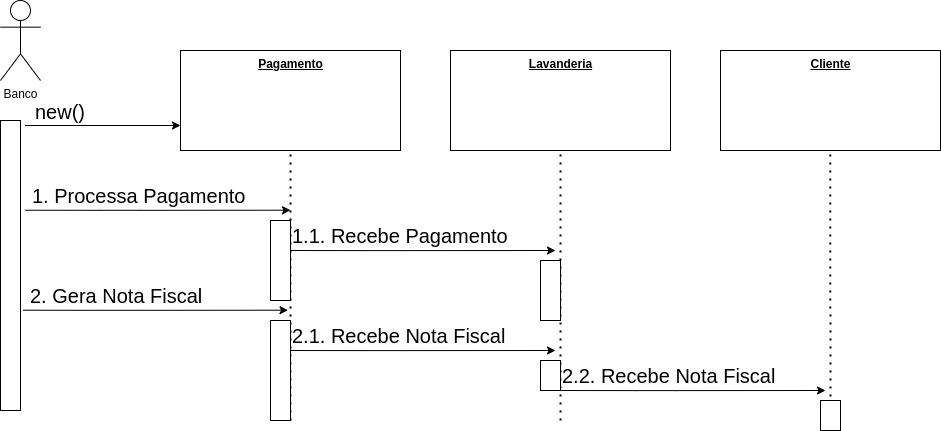
The draw.io diagram resources/sequence_gerencia_pagamento.png in MuriloGomesMunhoz/A-SClean, before a commit. Source tidied: cells renumbered, new cells last; positions are measured from the earlier drawing's top-left corner, leaving out a move shared by most shapes.
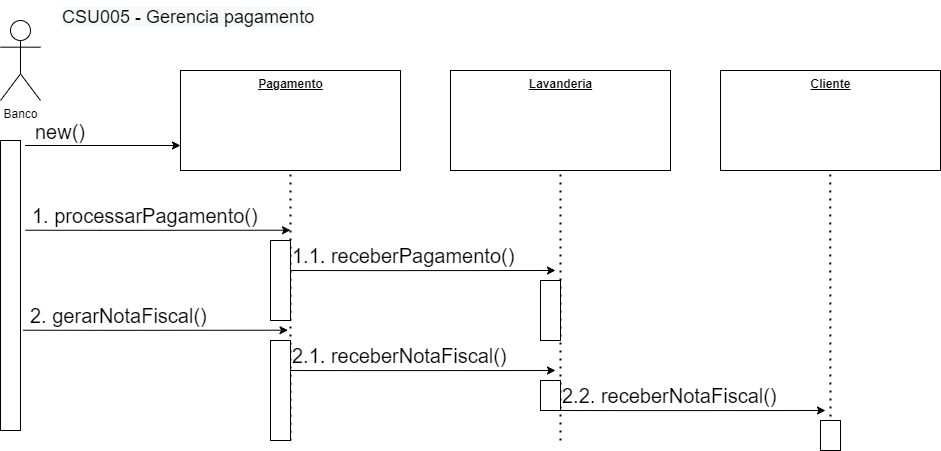
After the commit.

What changed in the source:
```diff
@@ -30,7 +30,7 @@
     <mxCell id="6" value="&lt;b&gt;&lt;u&gt;Lavanderia&lt;/u&gt;&lt;/b&gt;" style="html=1;verticalAlign=top;" parent="1" vertex="1">
       <mxGeometry x="450" y="50" width="220" height="100" as="geometry" />
     </mxCell>
-    <mxCell id="7" value="1. Processa Pagamento" style="text;html=1;strokeColor=none;fillColor=none;align=left;verticalAlign=middle;whiteSpace=wrap;rounded=0;fontSize=20;" parent="1" vertex="1">
+    <mxCell id="7" value="1. processarPagamento()" style="text;html=1;strokeColor=none;fillColor=none;align=left;verticalAlign=middle;whiteSpace=wrap;rounded=0;fontSize=20;" parent="1" vertex="1">
       <mxGeometry x="30" y="180" width="250" height="30" as="geometry" />
     </mxCell>
     <mxCell id="8" style="endArrow=classic;html=1;rounded=0;entryX=0;entryY=0.75;entryDx=0;entryDy=0;" parent="1" edge="1" target="3">
@@ -41,7 +41,7 @@
     <mxCell id="9" value="new()" style="text;html=1;strokeColor=none;fillColor=none;align=center;verticalAlign=middle;whiteSpace=wrap;rounded=0;fontSize=20;" parent="1" vertex="1">
       <mxGeometry x="30" y="96" width="60" height="30" as="geometry" />
     </mxCell>
-    <mxCell id="10" value="1.1. Recebe Pagamento" style="text;html=1;strokeColor=none;fillColor=none;align=left;verticalAlign=middle;whiteSpace=wrap;rounded=0;fontSize=20;" parent="1" vertex="1">
+    <mxCell id="10" value="1.1. receberPagamento()" style="text;html=1;strokeColor=none;fillColor=none;align=left;verticalAlign=middle;whiteSpace=wrap;rounded=0;fontSize=20;" parent="1" vertex="1">
       <mxGeometry x="290" y="220" width="250" height="30" as="geometry" />
     </mxCell>
     <mxCell id="11" style="endArrow=classic;html=1;rounded=0;" parent="1" edge="1">
@@ -64,10 +64,10 @@
         </Array>
       </mxGeometry>
     </mxCell>
-    <mxCell id="13" value="2. Gera Nota Fiscal" style="text;html=1;strokeColor=none;fillColor=none;align=left;verticalAlign=middle;whiteSpace=wrap;rounded=0;fontSize=20;" parent="1" vertex="1">
+    <mxCell id="13" value="2. gerarNotaFiscal()" style="text;html=1;strokeColor=none;fillColor=none;align=left;verticalAlign=middle;whiteSpace=wrap;rounded=0;fontSize=20;" parent="1" vertex="1">
       <mxGeometry x="27.5" y="280" width="250" height="30" as="geometry" />
     </mxCell>
-    <mxCell id="14" value="2.1. Recebe Nota Fiscal" style="text;html=1;strokeColor=none;fillColor=none;align=left;verticalAlign=middle;whiteSpace=wrap;rounded=0;fontSize=20;" parent="1" vertex="1">
+    <mxCell id="14" value="2.1. receberNotaFiscal()" style="text;html=1;strokeColor=none;fillColor=none;align=left;verticalAlign=middle;whiteSpace=wrap;rounded=0;fontSize=20;" parent="1" vertex="1">
       <mxGeometry x="290" y="320" width="250" height="30" as="geometry" />
     </mxCell>
     <mxCell id="15" style="endArrow=classic;html=1;rounded=0;" parent="1" edge="1">
@@ -89,7 +89,7 @@
         <mxPoint x="829.7" y="150" as="targetPoint" />
       </mxGeometry>
     </mxCell>
-    <mxCell id="18" value="2.2. Recebe Nota Fiscal" style="text;html=1;strokeColor=none;fillColor=none;align=left;verticalAlign=middle;whiteSpace=wrap;rounded=0;fontSize=20;" parent="1" vertex="1">
+    <mxCell id="18" value="2.2. receberNotaFiscal()" style="text;html=1;strokeColor=none;fillColor=none;align=left;verticalAlign=middle;whiteSpace=wrap;rounded=0;fontSize=20;" parent="1" vertex="1">
       <mxGeometry x="560" y="360" width="250" height="30" as="geometry" />
     </mxCell>
     <mxCell id="19" style="endArrow=classic;html=1;rounded=0;" parent="1" edge="1">
@@ -129,5 +129,8 @@
     <mxCell id="27" style="rounded=0;whiteSpace=wrap;html=1;" parent="1" vertex="1">
       <mxGeometry x="540" y="260" width="20" height="60" as="geometry" />
     </mxCell>
+    <mxCell id="28" value="&lt;span style=&quot;color: rgb(0, 0, 0); font-family: Helvetica; font-size: 18px; font-style: normal; font-variant-ligatures: normal; font-variant-caps: normal; font-weight: 400; letter-spacing: normal; orphans: 2; text-align: center; text-indent: 0px; text-transform: none; widows: 2; word-spacing: 0px; -webkit-text-stroke-width: 0px; background-color: rgb(248, 249, 250); text-decoration-thickness: initial; text-decoration-style: initial; text-decoration-color: initial; float: none; display: inline !important;&quot;&gt;CSU005 - Gerencia pagamento&lt;br&gt;&lt;br&gt;&lt;/span&gt;" style="text;whiteSpace=wrap;html=1;" parent="1" vertex="1">
+      <mxGeometry x="60" y="-20" width="290" height="50" as="geometry" />
+    </mxCell>
   </root>
 </mxGraphModel>
```
